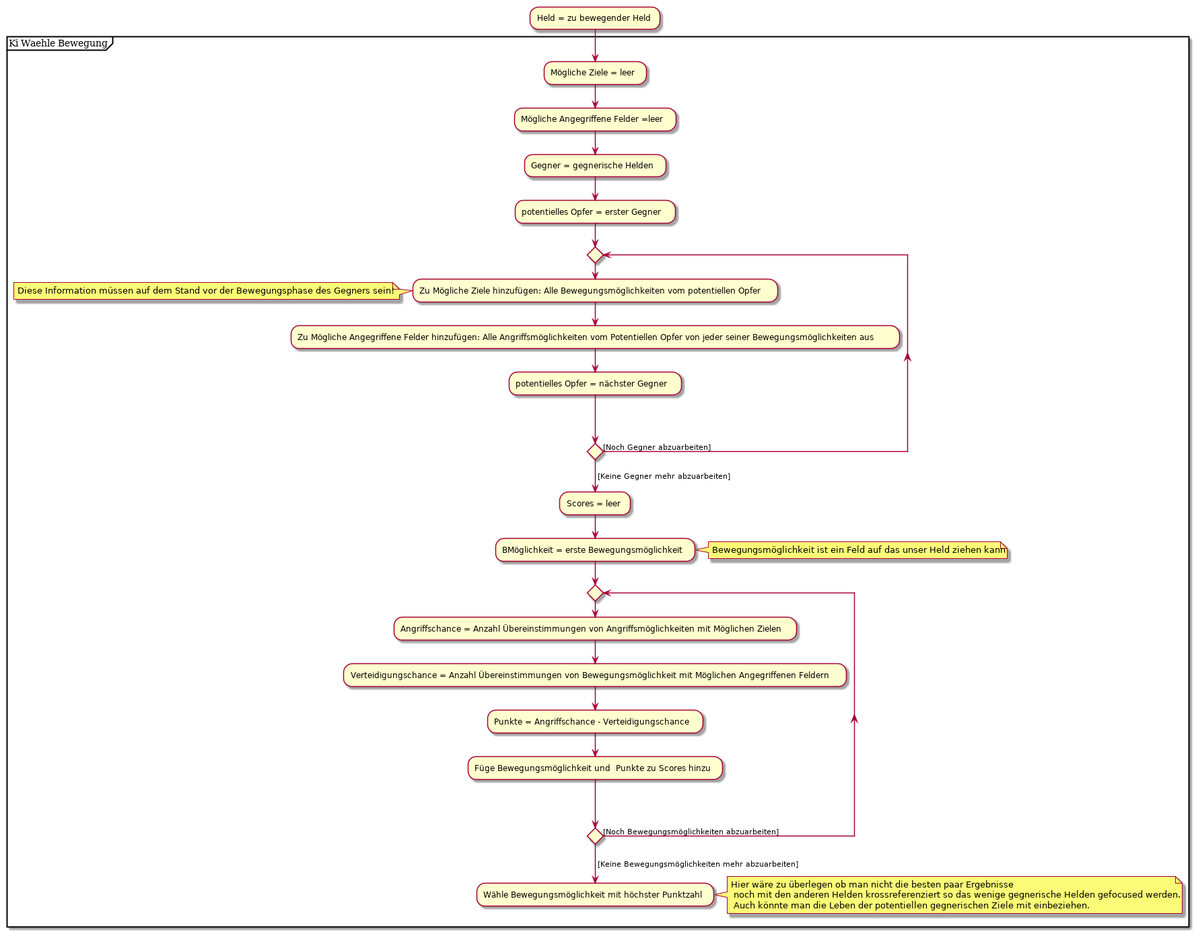
Above: Design/OOD/Diagramme/KiWaehleBewegung.png in Vitja21/SE1PUE3 (PlantUML), before the change.
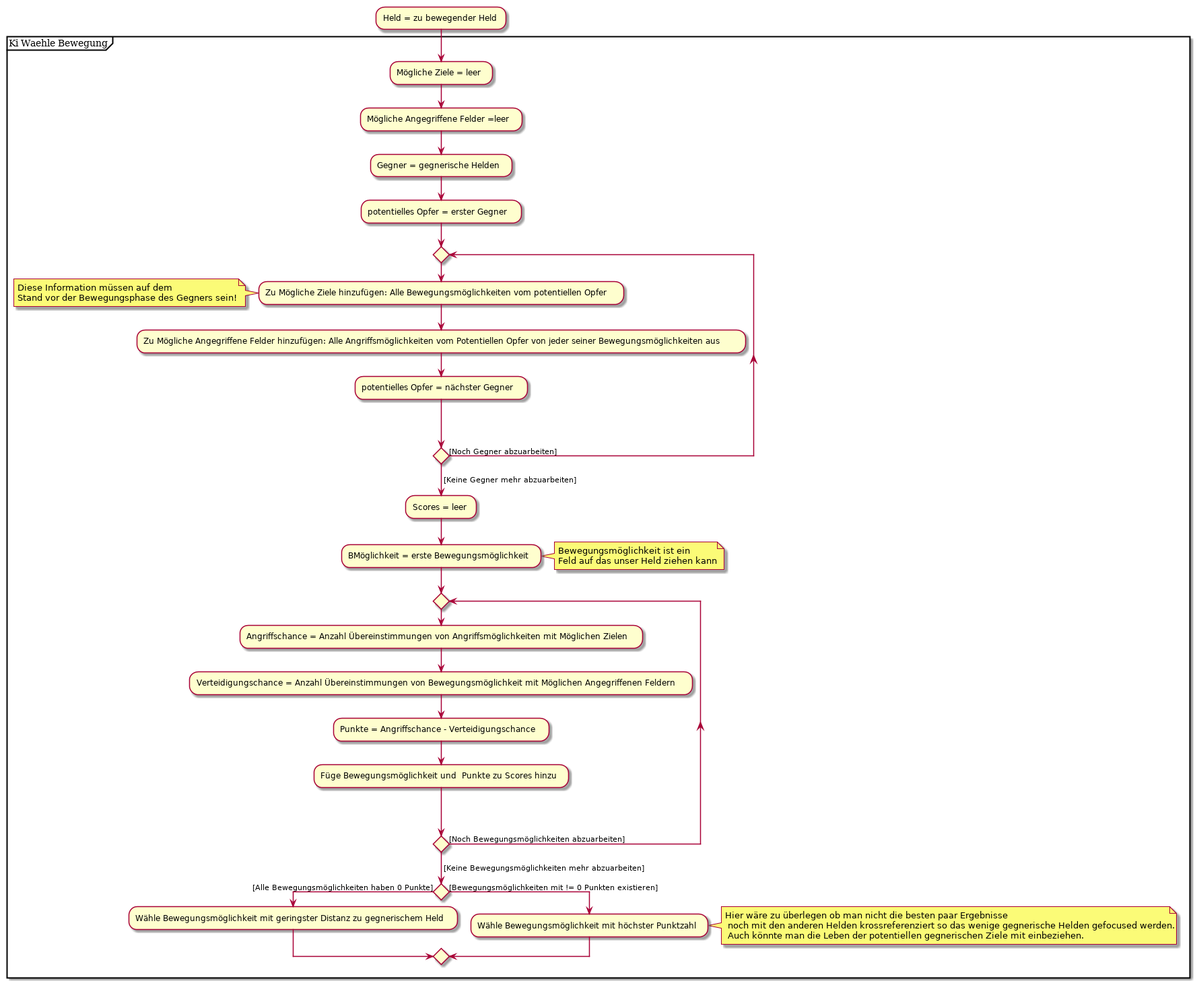
The same file after the commit.

Commit message:
Mache Zug wenn kein Gegner in der Nähe ist

Change to the diagram source:
```diff
@@ -10,14 +10,14 @@
 
     repeat
     :Zu Mögliche Ziele hinzufügen: Alle Bewegungsmöglichkeiten vom potentiellen Opfer;
-    note left: Diese Information müssen auf dem Stand vor der Bewegungsphase des Gegners sein!
+    note left: Diese Information müssen auf dem\nStand vor der Bewegungsphase des Gegners sein!
     :Zu Mögliche Angegriffene Felder hinzufügen: Alle Angriffsmöglichkeiten vom Potentiellen Opfer von jeder seiner Bewegungsmöglichkeiten aus;
     :potentielles Opfer = nächster Gegner;
     repeat while () is ([Noch Gegner abzuarbeiten])
     -> [Keine Gegner mehr abzuarbeiten];
     :Scores = leer;
     :BMöglichkeit = erste Bewegungsmöglichkeit;
-    note right: Bewegungsmöglichkeit ist ein Feld auf das unser Held ziehen kann
+    note right: Bewegungsmöglichkeit ist ein\nFeld auf das unser Held ziehen kann
     repeat
     :Angriffschance = Anzahl Übereinstimmungen von Angriffsmöglichkeiten mit Möglichen Zielen;
     :Verteidigungschance = Anzahl Übereinstimmungen von Bewegungsmöglichkeit mit Möglichen Angegriffenen Feldern;
@@ -25,7 +25,11 @@
     :Füge Bewegungsmöglichkeit und  Punkte zu Scores hinzu;
     repeat while () is ([Noch Bewegungsmöglichkeiten abzuarbeiten])
     -> [Keine Bewegungsmöglichkeiten mehr abzuarbeiten];
-    :Wähle Bewegungsmöglichkeit mit höchster Punktzahl;
+    if () then ([Alle Bewegungsmöglichkeiten haben 0 Punkte])
+        :Wähle Bewegungsmöglichkeit mit geringster Distanz zu gegnerischem Held;
+    else ([Bewegungsmöglichkeiten mit != 0 Punkten existieren])
+        :Wähle Bewegungsmöglichkeit mit höchster Punktzahl;
+    endif
     note right: Hier wäre zu überlegen ob man nicht die besten paar Ergebnisse\n noch mit den anderen Helden krossreferenziert so das wenige gegnerische Helden gefocused werden.\n Auch könnte man die Leben der potentiellen gegnerischen Ziele mit einbeziehen.
 
 }
```
